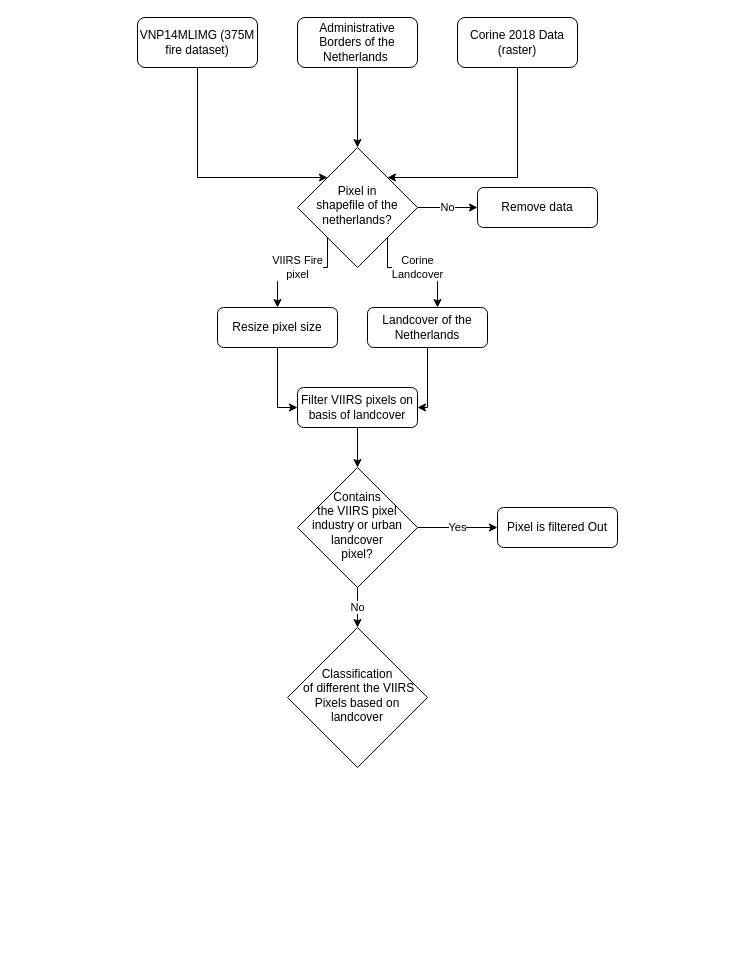
Before: Thesis/FlowCharts/FlowChartMasking.drawio in CUniversityaccount/ForestFireNetherlands, a draw.io diagram. Source tidied: cells renumbered, new cells numbered last; positions are measured from the earlier drawing's top-left corner, leaving out a move shared by most shapes. Both pictures are drawn from the tidied source at 100%, with x=0, y=0 at pixel (137, 17).
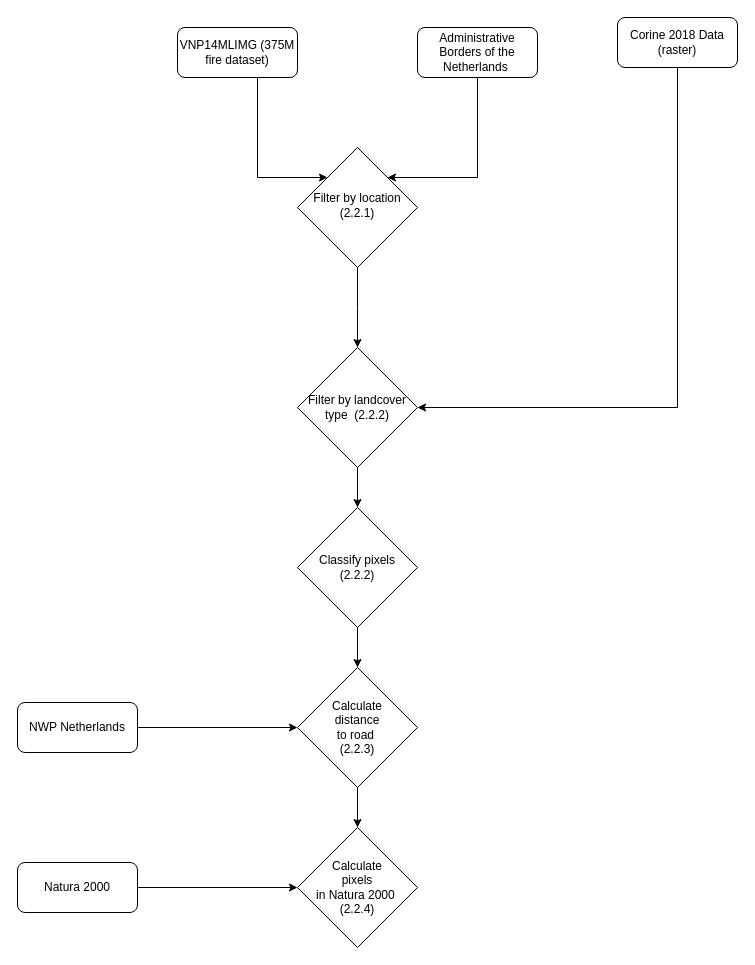
Above is the later version.

The edit, as a diff of the source:
```diff
@@
     <mxCell id="2" style="edgeStyle=orthogonalEdgeStyle;rounded=0;jettySize=auto;html=1;entryX=0;entryY=0;entryDx=0;entryDy=0;" parent="1" edge="1" source="3" target="6">
       <mxGeometry relative="1" as="geometry">
         <Array as="points">
-          <mxPoint x="60" y="160" />
+          <mxPoint x="120" y="160" />
         </Array>
       </mxGeometry>
     </mxCell>
     <mxCell id="3" value="VNP14MLIMG (375M fire dataset)" style="rounded=1;whiteSpace=wrap;html=1;fontSize=12;glass=0;strokeWidth=1;shadow=0;" parent="1" vertex="1">
-      <mxGeometry width="120" height="50" as="geometry" />
+      <mxGeometry x="40" y="10" width="120" height="50" as="geometry" />
     </mxCell>
-    <mxCell id="4" value="No" style="edgeStyle=orthogonalEdgeStyle;rounded=0;jettySize=auto;html=1;exitX=1;exitY=0.5;exitDx=0;exitDy=0;entryX=0;entryY=0.5;entryDx=0;entryDy=0;" parent="1" edge="1" source="6" target="7">
-      <mxGeometry relative="1" as="geometry" />
-    </mxCell>
-    <mxCell id="5" value="VIIRS Fire &lt;br&gt;pixel" style="edgeStyle=orthogonalEdgeStyle;rounded=0;jettySize=auto;html=1;exitX=0;exitY=1;exitDx=0;exitDy=0;" parent="1" edge="1" source="6" target="21">
-      <mxGeometry relative="1" as="geometry">
-        <Array as="points">
-          <mxPoint x="190" y="250" />
-          <mxPoint x="140" y="250" />
-        </Array>
-      </mxGeometry>
-    </mxCell>
+    <mxCell id="24" style="edgeStyle=orthogonalEdgeStyle;rounded=0;jettySize=auto;html=1;exitX=0.5;exitY=1;exitDx=0;exitDy=0;" parent="1" edge="1" source="6">
+      <mxGeometry relative="1" as="geometry">
+        <mxPoint x="220" y="330" as="targetPoint" />
+      </mxGeometry>
+    </mxCell>
-    <mxCell id="6" value="Pixel in &lt;br&gt;shapefile of the netherlands?" style="rhombus;whiteSpace=wrap;html=1;shadow=0;fontFamily=Helvetica;fontSize=12;align=center;strokeWidth=1;spacing=6;spacingTop=-4;" parent="1" vertex="1">
+    <mxCell id="6" value="Filter by location&lt;br&gt;(2.2.1)" style="rhombus;whiteSpace=wrap;html=1;shadow=0;fontFamily=Helvetica;fontSize=12;align=center;strokeWidth=1;spacing=6;spacingTop=-4;" parent="1" vertex="1">
       <mxGeometry x="160" y="130" width="120" height="120" as="geometry" />
     </mxCell>
-    <mxCell id="7" value="Remove data" style="rounded=1;whiteSpace=wrap;html=1;fontSize=12;glass=0;strokeWidth=1;shadow=0;" parent="1" vertex="1">
-      <mxGeometry x="340" y="170" width="120" height="40" as="geometry" />
-    </mxCell>
-    <mxCell id="8" style="edgeStyle=orthogonalEdgeStyle;rounded=0;jettySize=auto;html=1;exitX=0.5;exitY=1;exitDx=0;exitDy=0;entryX=1;entryY=0;entryDx=0;entryDy=0;" parent="1" edge="1" source="9" target="6">
+    <mxCell id="8" style="edgeStyle=orthogonalEdgeStyle;rounded=0;jettySize=auto;html=1;exitX=0.5;exitY=1;exitDx=0;exitDy=0;entryX=1;entryY=0.5;entryDx=0;entryDy=0;" parent="1" edge="1" source="9" target="26">
       <mxGeometry relative="1" as="geometry">
         <Array as="points">
-          <mxPoint x="380" y="160" />
+          <mxPoint x="540" y="390" />
         </Array>
       </mxGeometry>
     </mxCell>
     <mxCell id="9" value="Corine 2018 Data&lt;br&gt;(raster)" style="rounded=1;whiteSpace=wrap;html=1;fontSize=12;glass=0;strokeWidth=1;shadow=0;" parent="1" vertex="1">
-      <mxGeometry x="320" width="120" height="50" as="geometry" />
+      <mxGeometry x="480" width="120" height="50" as="geometry" />
     </mxCell>
-    <mxCell id="10" value="Corine &lt;br&gt;Landcover" style="edgeStyle=orthogonalEdgeStyle;rounded=0;jettySize=auto;html=1;exitX=1;exitY=1;exitDx=0;exitDy=0;" parent="1" edge="1" source="6" target="12">
-      <mxGeometry relative="1" as="geometry">
-        <Array as="points">
-          <mxPoint x="250" y="250" />
-          <mxPoint x="300" y="250" />
-        </Array>
-      </mxGeometry>
-    </mxCell>
-    <mxCell id="11" style="edgeStyle=orthogonalEdgeStyle;rounded=0;jettySize=auto;html=1;exitX=0.5;exitY=1;exitDx=0;exitDy=0;" parent="1" edge="1" source="12" target="23">
-      <mxGeometry relative="1" as="geometry">
-        <Array as="points">
-          <mxPoint x="290" y="390" />
-        </Array>
-      </mxGeometry>
-    </mxCell>
-    <mxCell id="12" value="Landcover of the Netherlands" style="rounded=1;whiteSpace=wrap;html=1;fontSize=12;glass=0;strokeWidth=1;shadow=0;" parent="1" vertex="1">
-      <mxGeometry x="230" y="290" width="120" height="40" as="geometry" />
-    </mxCell>
-    <mxCell id="13" style="edgeStyle=orthogonalEdgeStyle;rounded=0;jettySize=auto;html=1;exitX=0.5;exitY=1;exitDx=0;exitDy=0;" parent="1" edge="1" source="14" target="6">
-      <mxGeometry relative="1" as="geometry" />
+    <mxCell id="13" style="edgeStyle=orthogonalEdgeStyle;rounded=0;jettySize=auto;html=1;exitX=0.5;exitY=1;exitDx=0;exitDy=0;entryX=1;entryY=0;entryDx=0;entryDy=0;" parent="1" edge="1" source="14" target="6">
+      <mxGeometry relative="1" as="geometry">
+        <Array as="points">
+          <mxPoint x="340" y="160" />
+        </Array>
+      </mxGeometry>
     </mxCell>
     <mxCell id="14" value="Administrative Borders of the Netherlands&amp;nbsp;" style="rounded=1;whiteSpace=wrap;html=1;fontSize=12;glass=0;strokeWidth=1;shadow=0;" parent="1" vertex="1">
-      <mxGeometry x="160" width="120" height="50" as="geometry" />
+      <mxGeometry x="280" y="10" width="120" height="50" as="geometry" />
     </mxCell>
-    <mxCell id="15" style="edgeStyle=orthogonalEdgeStyle;rounded=0;jettySize=auto;html=1;" parent="1" edge="1" source="21" target="23">
-      <mxGeometry relative="1" as="geometry">
-        <Array as="points">
-          <mxPoint x="140" y="390" />
-        </Array>
-      </mxGeometry>
-    </mxCell>
-    <mxCell id="16" value="Yes" style="edgeStyle=orthogonalEdgeStyle;rounded=0;jettySize=auto;html=1;exitX=1;exitY=0.5;exitDx=0;exitDy=0;" parent="1" edge="1" source="18" target="19">
-      <mxGeometry relative="1" as="geometry" />
-    </mxCell>
-    <mxCell id="17" value="No" style="edgeStyle=orthogonalEdgeStyle;rounded=0;jettySize=auto;html=1;exitX=0.5;exitY=1;exitDx=0;exitDy=0;" parent="1" edge="1" source="18" target="20">
-      <mxGeometry relative="1" as="geometry" />
-    </mxCell>
-    <mxCell id="18" value="Contains &lt;br&gt;the VIIRS pixel industry or urban landcover &lt;br&gt;pixel?" style="rhombus;whiteSpace=wrap;html=1;shadow=0;fontFamily=Helvetica;fontSize=12;align=center;strokeWidth=1;spacing=6;spacingTop=-4;" parent="1" vertex="1">
-      <mxGeometry x="160" y="450" width="120" height="120" as="geometry" />
-    </mxCell>
-    <mxCell id="19" value="Pixel is filtered Out" style="rounded=1;whiteSpace=wrap;html=1;fontSize=12;glass=0;strokeWidth=1;shadow=0;" parent="1" vertex="1">
-      <mxGeometry x="360" y="490" width="120" height="40" as="geometry" />
-    </mxCell>
-    <mxCell id="20" value="Classification&lt;br&gt;&amp;nbsp;of different the VIIRS Pixels based on landcover" style="rhombus;whiteSpace=wrap;html=1;shadow=0;fontFamily=Helvetica;fontSize=12;align=center;strokeWidth=1;spacing=6;spacingTop=-4;" parent="1" vertex="1">
-      <mxGeometry x="150" y="610" width="140" height="140" as="geometry" />
-    </mxCell>
-    <mxCell id="21" value="Resize pixel size" style="rounded=1;whiteSpace=wrap;html=1;fontSize=12;glass=0;strokeWidth=1;shadow=0;" parent="1" vertex="1">
-      <mxGeometry x="80" y="290" width="120" height="40" as="geometry" />
-    </mxCell>
-    <mxCell id="22" style="edgeStyle=orthogonalEdgeStyle;rounded=0;jettySize=auto;html=1;" parent="1" edge="1" source="23" target="18">
-      <mxGeometry relative="1" as="geometry" />
-    </mxCell>
-    <mxCell id="23" value="Filter VIIRS pixels on basis of landcover" style="rounded=1;whiteSpace=wrap;html=1;fontSize=12;glass=0;strokeWidth=1;shadow=0;" parent="1" vertex="1">
-      <mxGeometry x="160" y="370" width="120" height="40" as="geometry" />
-    </mxCell>
+    <mxCell id="25" style="edgeStyle=orthogonalEdgeStyle;rounded=0;jettySize=auto;html=1;exitX=0.5;exitY=1;exitDx=0;exitDy=0;" parent="1" edge="1" source="26" target="28">
+      <mxGeometry relative="1" as="geometry" />
+    </mxCell>
+    <mxCell id="26" value="Filter by landcover type&amp;nbsp; (2.2.2)" style="rhombus;whiteSpace=wrap;html=1;" parent="1" vertex="1">
+      <mxGeometry x="160" y="330" width="120" height="120" as="geometry" />
+    </mxCell>
+    <mxCell id="27" style="edgeStyle=orthogonalEdgeStyle;rounded=0;jettySize=auto;html=1;exitX=0.5;exitY=1;exitDx=0;exitDy=0;" parent="1" edge="1" source="28" target="30">
+      <mxGeometry relative="1" as="geometry" />
+    </mxCell>
+    <mxCell id="28" value="Classify pixels&lt;br&gt;(2.2.2)" style="rhombus;whiteSpace=wrap;html=1;" parent="1" vertex="1">
+      <mxGeometry x="160" y="490" width="120" height="120" as="geometry" />
+    </mxCell>
+    <mxCell id="29" style="edgeStyle=orthogonalEdgeStyle;rounded=0;jettySize=auto;html=1;exitX=0.5;exitY=1;exitDx=0;exitDy=0;" parent="1" edge="1" source="30" target="31">
+      <mxGeometry relative="1" as="geometry" />
+    </mxCell>
+    <mxCell id="30" value="Calculate &lt;br&gt;distance&lt;br&gt;to road&amp;nbsp;&lt;br&gt;(2.2.3)" style="rhombus;whiteSpace=wrap;html=1;" parent="1" vertex="1">
+      <mxGeometry x="160" y="650" width="120" height="120" as="geometry" />
+    </mxCell>
+    <mxCell id="31" value="Calculate&lt;br&gt;pixels&lt;br&gt;in Natura 2000&amp;nbsp;&lt;br&gt;(2.2.4)" style="rhombus;whiteSpace=wrap;html=1;" parent="1" vertex="1">
+      <mxGeometry x="160" y="810" width="120" height="120" as="geometry" />
+    </mxCell>
+    <mxCell id="32" style="edgeStyle=orthogonalEdgeStyle;rounded=0;jettySize=auto;html=1;exitX=1;exitY=0.5;exitDx=0;exitDy=0;" parent="1" edge="1" source="33" target="30">
+      <mxGeometry relative="1" as="geometry" />
+    </mxCell>
+    <mxCell id="33" value="NWP Netherlands" style="rounded=1;whiteSpace=wrap;html=1;fontSize=12;glass=0;strokeWidth=1;shadow=0;" parent="1" vertex="1">
+      <mxGeometry x="-120" y="685" width="120" height="50" as="geometry" />
+    </mxCell>
+    <mxCell id="34" style="edgeStyle=orthogonalEdgeStyle;rounded=0;jettySize=auto;html=1;exitX=1;exitY=0.5;exitDx=0;exitDy=0;" parent="1" edge="1" source="35" target="31">
+      <mxGeometry relative="1" as="geometry" />
+    </mxCell>
+    <mxCell id="35" value="Natura 2000" style="rounded=1;whiteSpace=wrap;html=1;fontSize=12;glass=0;strokeWidth=1;shadow=0;" parent="1" vertex="1">
+      <mxGeometry x="-120" y="845" width="120" height="50" as="geometry" />
+    </mxCell>
```
